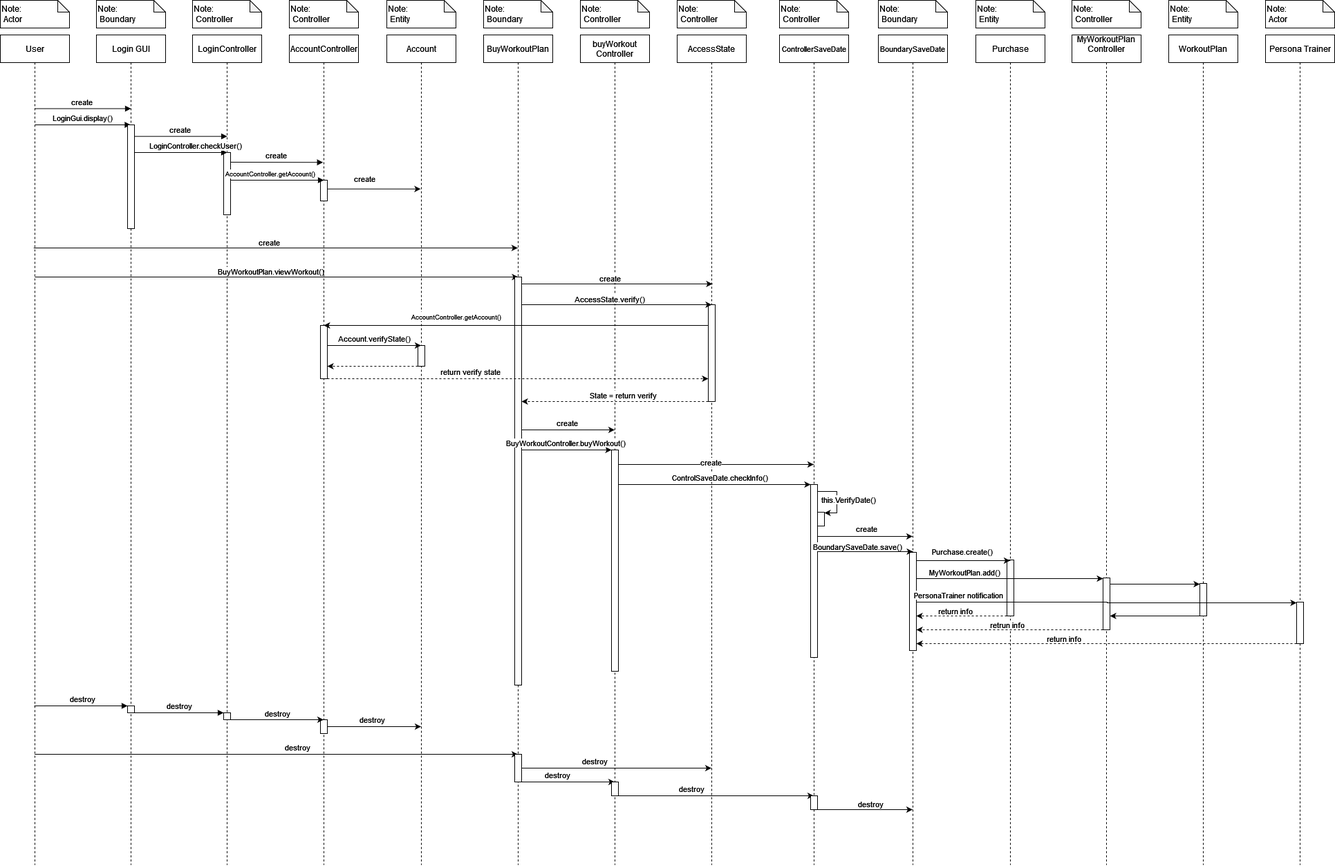
The draw.io diagram Falessi/Sequence diagram/SequenceDiagram.png in samueleCostantinopoli/Deliverables_fitnesshelp_SC, before a commit. Source tidied: cells renumbered, new cells last; positions are measured from the earlier drawing's top-left corner, leaving out a move shared by most shapes.
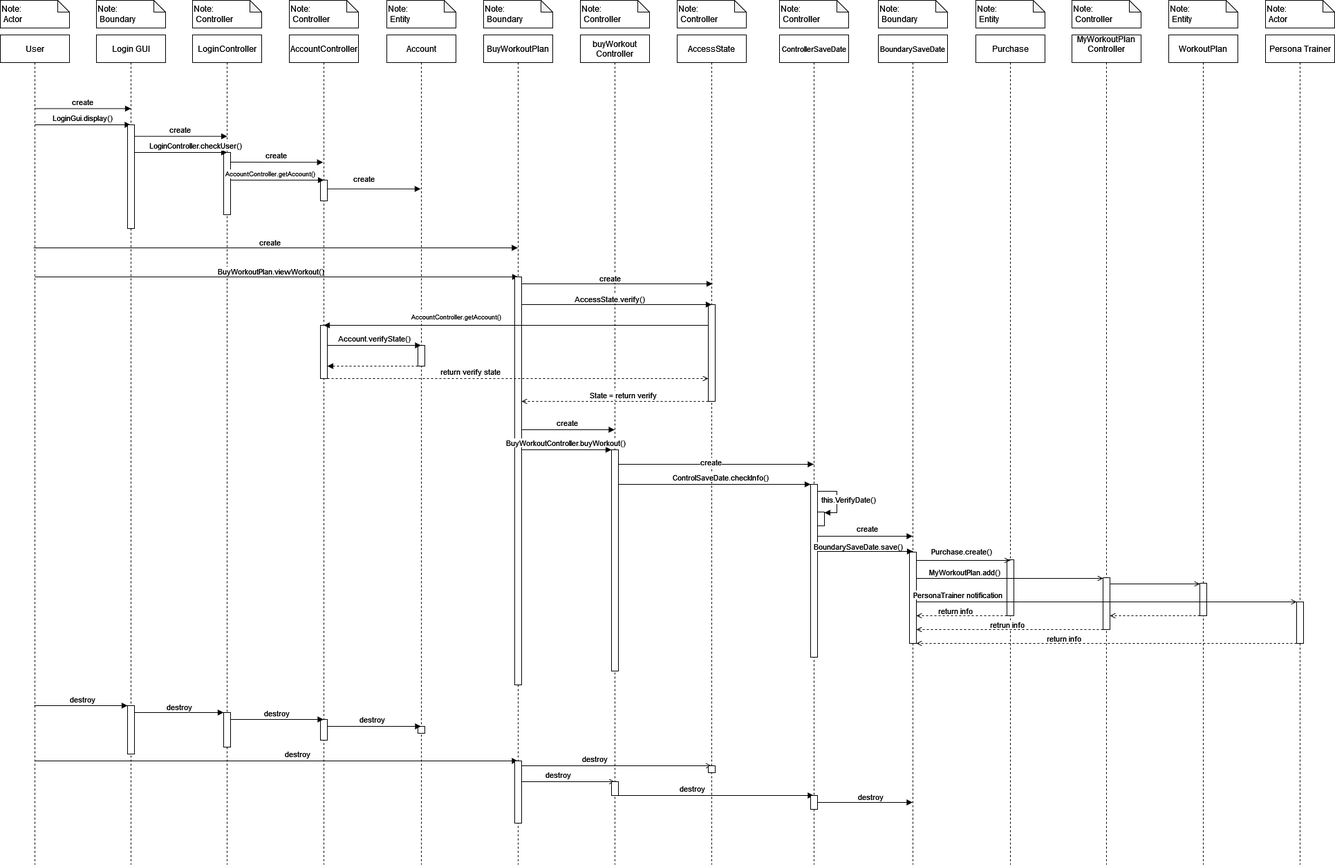
After the change.

Change to the diagram source:
```diff
@@ -4,3 +4,3 @@
     <mxCell id="1" parent="0" />
-    <mxCell id="2" style="edgeStyle=orthogonalEdgeStyle;rounded=0;orthogonalLoop=1;jettySize=auto;html=1;exitX=0.483;exitY=0.308;exitDx=0;exitDy=0;exitPerimeter=0;entryX=0.494;entryY=0.531;entryDx=0;entryDy=0;entryPerimeter=0;" parent="1" edge="1">
+    <mxCell id="2" style="edgeStyle=orthogonalEdgeStyle;rounded=0;orthogonalLoop=1;jettySize=auto;html=1;exitX=0.483;exitY=0.308;exitDx=0;exitDy=0;exitPerimeter=0;entryX=0.494;entryY=0.531;entryDx=0;entryDy=0;entryPerimeter=0;endArrow=block;endFill=1;" parent="1" edge="1">
       <mxGeometry relative="1" as="geometry">
@@ -15,9 +15,9 @@
     </mxCell>
-    <mxCell id="4" style="edgeStyle=orthogonalEdgeStyle;rounded=0;orthogonalLoop=1;jettySize=auto;html=1;" parent="1" edge="1">
+    <mxCell id="4" style="edgeStyle=orthogonalEdgeStyle;rounded=0;orthogonalLoop=1;jettySize=auto;html=1;endArrow=block;endFill=1;" parent="1" edge="1">
       <mxGeometry relative="1" as="geometry">
-        <mxPoint x="49.7" y="1090" as="sourcePoint" />
-        <mxPoint x="748.5" y="1090" as="targetPoint" />
+        <mxPoint x="49.7" y="1100" as="sourcePoint" />
+        <mxPoint x="748.5" y="1100" as="targetPoint" />
         <Array as="points">
-          <mxPoint x="380" y="1090" />
-          <mxPoint x="380" y="1090" />
+          <mxPoint x="380" y="1100" />
+          <mxPoint x="380" y="1100" />
         </Array>
@@ -45,10 +45,4 @@
     <mxCell id="10" style="html=1;points=[[0,0,0,0,5],[0,1,0,0,-5],[1,0,0,0,5],[1,1,0,0,-5]];perimeter=orthogonalPerimeter;outlineConnect=0;targetShapes=umlLifeline;portConstraint=eastwest;newEdgeStyle={&quot;curved&quot;:0,&quot;rounded&quot;:0};" parent="8" vertex="1">
-      <mxGeometry x="45" y="970" width="10" height="10" as="geometry" />
+      <mxGeometry x="45" y="970" width="10" height="70" as="geometry" />
     </mxCell>
-    <mxCell id="11" value="destroy" style="html=1;verticalAlign=bottom;endArrow=block;curved=0;rounded=0;" parent="8" edge="1" source="10">
-      <mxGeometry y="69" relative="1" as="geometry">
-        <mxPoint x="49.1" y="975" as="targetPoint" />
-        <mxPoint x="-69" y="-5" as="offset" />
-      </mxGeometry>
-    </mxCell>
     <mxCell id="12" value="create" style="verticalAlign=bottom;endArrow=block;entryX=0.5;entryY=0.167;shadow=0;strokeWidth=1;entryDx=0;entryDy=0;entryPerimeter=0;" parent="1" edge="1">
@@ -76,3 +70,3 @@
     </mxCell>
-    <mxCell id="17" style="edgeStyle=orthogonalEdgeStyle;rounded=0;orthogonalLoop=1;jettySize=auto;html=1;exitX=0.492;exitY=0.531;exitDx=0;exitDy=0;exitPerimeter=0;entryX=0.494;entryY=0.531;entryDx=0;entryDy=0;entryPerimeter=0;" parent="13" edge="1">
+    <mxCell id="17" style="edgeStyle=orthogonalEdgeStyle;rounded=0;orthogonalLoop=1;jettySize=auto;html=1;exitX=0.492;exitY=0.531;exitDx=0;exitDy=0;exitPerimeter=0;entryX=0.494;entryY=0.531;entryDx=0;entryDy=0;entryPerimeter=0;endArrow=block;endFill=1;" parent="13" edge="1">
       <mxGeometry relative="1" as="geometry">
@@ -97,3 +91,3 @@
     <mxCell id="22" style="html=1;points=[[0,0,0,0,5],[0,1,0,0,-5],[1,0,0,0,5],[1,1,0,0,-5]];perimeter=orthogonalPerimeter;outlineConnect=0;targetShapes=umlLifeline;portConstraint=eastwest;newEdgeStyle={&quot;curved&quot;:0,&quot;rounded&quot;:0};" parent="19" vertex="1">
-      <mxGeometry x="45" y="990" width="10" height="20" as="geometry" />
+      <mxGeometry x="45" y="990" width="10" height="30" as="geometry" />
     </mxCell>
@@ -117,2 +111,5 @@
     </mxCell>
+    <mxCell id="122" style="html=1;perimeter=orthogonalPerimeter;targetShapes=umlLifeline;newEdgeStyle={&quot;curved&quot;:0,&quot;rounded&quot;:0};" parent="27" vertex="1">
+      <mxGeometry x="45" y="1000" width="10" height="10" as="geometry" />
+    </mxCell>
     <mxCell id="29" value="&lt;div align=&quot;left&quot;&gt;&lt;div align=&quot;left&quot;&gt;Note:&lt;/div&gt;&amp;nbsp;Entity&lt;/div&gt;" style="shape=note;whiteSpace=wrap;html=1;backgroundOutline=1;darkOpacity=0.05;size=17;align=left;" parent="1" vertex="1">
@@ -120,7 +117,9 @@
     </mxCell>
-    <mxCell id="30" style="edgeStyle=orthogonalEdgeStyle;rounded=0;jettySize=auto;html=1;" parent="1" edge="1" source="34" target="45">
+    <mxCell id="30" style="edgeStyle=orthogonalEdgeStyle;rounded=0;orthogonalLoop=1;jettySize=auto;html=1;endArrow=open;endFill=0;" parent="1" edge="1">
       <mxGeometry relative="1" as="geometry">
+        <mxPoint x="748.7" y="1107" as="sourcePoint" />
+        <mxPoint x="1028.5" y="1107" as="targetPoint" />
         <Array as="points">
-          <mxPoint x="870" y="1110" />
-          <mxPoint x="870" y="1110" />
+          <mxPoint x="870" y="1107" />
+          <mxPoint x="870" y="1107" />
         </Array>
@@ -133,3 +132,3 @@
     </mxCell>
-    <mxCell id="32" style="edgeStyle=orthogonalEdgeStyle;rounded=0;jettySize=auto;html=1;" parent="1" edge="1" source="34" target="40">
+    <mxCell id="32" style="edgeStyle=orthogonalEdgeStyle;rounded=0;jettySize=auto;html=1;endArrow=open;endFill=0;" parent="1" edge="1" source="34" target="40">
       <mxGeometry relative="1" as="geometry">
@@ -153,3 +152,3 @@
     <mxCell id="36" style="html=1;perimeter=orthogonalPerimeter;targetShapes=umlLifeline;newEdgeStyle={&quot;curved&quot;:0,&quot;rounded&quot;:0};" parent="34" vertex="1">
-      <mxGeometry x="45" y="1040" width="10" height="40" as="geometry" />
+      <mxGeometry x="45" y="1050" width="10" height="90" as="geometry" />
     </mxCell>
@@ -158,3 +157,3 @@
     </mxCell>
-    <mxCell id="38" style="edgeStyle=orthogonalEdgeStyle;rounded=0;jettySize=auto;html=1;" parent="1" edge="1" source="40" target="52">
+    <mxCell id="38" style="edgeStyle=orthogonalEdgeStyle;rounded=0;jettySize=auto;html=1;endArrow=block;endFill=1;" parent="1" edge="1" source="40" target="52">
       <mxGeometry relative="1" as="geometry">
@@ -192,3 +191,3 @@
     </mxCell>
-    <mxCell id="47" style="edgeStyle=orthogonalEdgeStyle;rounded=0;orthogonalLoop=1;jettySize=auto;html=1;curved=0;" parent="45" edge="1">
+    <mxCell id="47" style="edgeStyle=orthogonalEdgeStyle;rounded=0;orthogonalLoop=1;jettySize=auto;html=1;curved=0;endArrow=block;endFill=1;" parent="45" edge="1">
       <mxGeometry relative="1" as="geometry">
@@ -207,2 +206,5 @@
     </mxCell>
+    <mxCell id="123" style="html=1;perimeter=orthogonalPerimeter;targetShapes=umlLifeline;newEdgeStyle={&quot;curved&quot;:0,&quot;rounded&quot;:0};" parent="45" vertex="1">
+      <mxGeometry x="45" y="1057" width="10" height="10" as="geometry" />
+    </mxCell>
     <mxCell id="49" value="&lt;div align=&quot;left&quot;&gt;&lt;div align=&quot;left&quot;&gt;Note:&lt;/div&gt;&amp;nbsp;Controller&lt;/div&gt;" style="shape=note;whiteSpace=wrap;html=1;backgroundOutline=1;darkOpacity=0.05;size=17;align=left;" parent="1" vertex="1">
@@ -210,7 +212,7 @@
     </mxCell>
-    <mxCell id="50" style="edgeStyle=orthogonalEdgeStyle;rounded=0;jettySize=auto;html=1;" parent="1" edge="1" source="52" target="90">
+    <mxCell id="50" style="edgeStyle=orthogonalEdgeStyle;rounded=0;jettySize=auto;html=1;endArrow=block;endFill=1;" parent="1" edge="1" source="52" target="90">
       <mxGeometry relative="1" as="geometry">
         <Array as="points">
-          <mxPoint x="1230" y="1170" />
-          <mxPoint x="1230" y="1170" />
+          <mxPoint x="1230" y="1160" />
+          <mxPoint x="1230" y="1160" />
         </Array>
@@ -229,3 +231,3 @@
     </mxCell>
-    <mxCell id="54" style="edgeStyle=orthogonalEdgeStyle;rounded=0;jettySize=auto;html=1;curved=0;" parent="52" edge="1" source="53" target="56">
+    <mxCell id="54" style="edgeStyle=orthogonalEdgeStyle;rounded=0;jettySize=auto;html=1;curved=0;endArrow=block;endFill=1;" parent="52" edge="1" source="53" target="56">
       <mxGeometry relative="1" as="geometry">
@@ -266,3 +268,3 @@
     </mxCell>
-    <mxCell id="64" style="edgeStyle=orthogonalEdgeStyle;rounded=0;orthogonalLoop=1;jettySize=auto;html=1;curved=0;entryX=0.489;entryY=0.384;entryDx=0;entryDy=0;entryPerimeter=0;" parent="1" edge="1">
+    <mxCell id="64" style="edgeStyle=orthogonalEdgeStyle;rounded=0;orthogonalLoop=1;jettySize=auto;html=1;curved=0;entryX=0.489;entryY=0.384;entryDx=0;entryDy=0;entryPerimeter=0;endArrow=block;endFill=1;" parent="1" edge="1">
       <mxGeometry relative="1" as="geometry">
@@ -292,3 +294,3 @@
     </mxCell>
-    <mxCell id="68" style="edgeStyle=orthogonalEdgeStyle;rounded=0;orthogonalLoop=1;jettySize=auto;html=1;curved=0;" parent="1" edge="1">
+    <mxCell id="68" style="edgeStyle=orthogonalEdgeStyle;rounded=0;orthogonalLoop=1;jettySize=auto;html=1;curved=0;endArrow=block;endFill=1;" parent="1" edge="1">
       <mxGeometry relative="1" as="geometry">
@@ -307,3 +309,3 @@
     </mxCell>
-    <mxCell id="70" style="edgeStyle=orthogonalEdgeStyle;rounded=0;orthogonalLoop=1;jettySize=auto;html=1;curved=0;" parent="1" edge="1">
+    <mxCell id="70" style="edgeStyle=orthogonalEdgeStyle;rounded=0;orthogonalLoop=1;jettySize=auto;html=1;curved=0;endArrow=block;endFill=1;" parent="1" edge="1">
       <mxGeometry relative="1" as="geometry">
@@ -322,3 +324,3 @@
     </mxCell>
-    <mxCell id="72" style="edgeStyle=orthogonalEdgeStyle;rounded=0;jettySize=auto;html=1;curved=0;" parent="1" edge="1" source="35">
+    <mxCell id="72" style="edgeStyle=orthogonalEdgeStyle;rounded=0;jettySize=auto;html=1;curved=0;endArrow=block;endFill=1;" parent="1" edge="1" source="35">
       <mxGeometry relative="1" as="geometry">
@@ -335,3 +337,3 @@
     </mxCell>
-    <mxCell id="74" style="edgeStyle=orthogonalEdgeStyle;rounded=0;orthogonalLoop=1;jettySize=auto;html=1;curved=0;" parent="1" edge="1">
+    <mxCell id="74" style="edgeStyle=orthogonalEdgeStyle;rounded=0;orthogonalLoop=1;jettySize=auto;html=1;curved=0;endArrow=block;endFill=1;" parent="1" edge="1">
       <mxGeometry relative="1" as="geometry">
@@ -349,3 +351,3 @@
     </mxCell>
-    <mxCell id="76" style="edgeStyle=orthogonalEdgeStyle;rounded=0;orthogonalLoop=1;jettySize=auto;html=1;curved=0;" parent="1" edge="1">
+    <mxCell id="76" style="edgeStyle=orthogonalEdgeStyle;rounded=0;orthogonalLoop=1;jettySize=auto;html=1;curved=0;endArrow=block;endFill=1;" parent="1" edge="1">
       <mxGeometry relative="1" as="geometry">
@@ -364,3 +366,3 @@
     </mxCell>
-    <mxCell id="78" style="edgeStyle=orthogonalEdgeStyle;rounded=0;orthogonalLoop=1;jettySize=auto;html=1;curved=0;" parent="1" edge="1">
+    <mxCell id="78" style="edgeStyle=orthogonalEdgeStyle;rounded=0;orthogonalLoop=1;jettySize=auto;html=1;curved=0;endArrow=block;endFill=1;" parent="1" edge="1">
       <mxGeometry relative="1" as="geometry">
@@ -379,3 +381,3 @@
     </mxCell>
-    <mxCell id="80" style="edgeStyle=orthogonalEdgeStyle;rounded=0;orthogonalLoop=1;jettySize=auto;html=1;curved=0;dashed=1;" parent="1" edge="1">
+    <mxCell id="80" style="edgeStyle=orthogonalEdgeStyle;rounded=0;orthogonalLoop=1;jettySize=auto;html=1;curved=0;dashed=1;endArrow=block;endFill=1;" parent="1" edge="1">
       <mxGeometry relative="1" as="geometry">
@@ -389,3 +391,3 @@
     </mxCell>
-    <mxCell id="81" style="edgeStyle=orthogonalEdgeStyle;rounded=0;jettySize=auto;html=1;curved=0;dashed=1;" parent="1" edge="1" source="21">
+    <mxCell id="81" style="edgeStyle=orthogonalEdgeStyle;rounded=0;jettySize=auto;html=1;curved=0;dashed=1;endArrow=open;endFill=0;" parent="1" edge="1" source="21">
       <mxGeometry relative="1" as="geometry">
@@ -403,3 +405,3 @@
     </mxCell>
-    <mxCell id="83" style="edgeStyle=orthogonalEdgeStyle;rounded=0;jettySize=auto;html=1;curved=0;dashed=1;" parent="1" edge="1" target="35">
+    <mxCell id="83" style="edgeStyle=orthogonalEdgeStyle;rounded=0;jettySize=auto;html=1;curved=0;dashed=1;endArrow=open;endFill=0;" parent="1" edge="1" target="35">
       <mxGeometry relative="1" as="geometry">
@@ -417,3 +419,3 @@
     </mxCell>
-    <mxCell id="85" style="edgeStyle=orthogonalEdgeStyle;rounded=0;orthogonalLoop=1;jettySize=auto;html=1;curved=0;" parent="1" edge="1">
+    <mxCell id="85" style="edgeStyle=orthogonalEdgeStyle;rounded=0;orthogonalLoop=1;jettySize=auto;html=1;curved=0;endArrow=block;endFill=1;" parent="1" edge="1">
       <mxGeometry relative="1" as="geometry">
@@ -433,3 +435,3 @@
     </mxCell>
-    <mxCell id="88" style="edgeStyle=orthogonalEdgeStyle;rounded=0;orthogonalLoop=1;jettySize=auto;html=1;" parent="1" edge="1">
+    <mxCell id="88" style="edgeStyle=orthogonalEdgeStyle;rounded=0;orthogonalLoop=1;jettySize=auto;html=1;endArrow=open;endFill=0;" parent="1" edge="1">
       <mxGeometry relative="1" as="geometry">
@@ -452,3 +454,3 @@
     <mxCell id="91" style="html=1;points=[[0,0,0,0,5],[0,1,0,0,-5],[1,0,0,0,5],[1,1,0,0,-5]];perimeter=orthogonalPerimeter;outlineConnect=0;targetShapes=umlLifeline;portConstraint=eastwest;newEdgeStyle={&quot;curved&quot;:0,&quot;rounded&quot;:0};" parent="90" vertex="1">
-      <mxGeometry x="45" y="748" width="10" height="142" as="geometry" />
+      <mxGeometry x="45" y="748" width="10" height="132" as="geometry" />
     </mxCell>
@@ -463,3 +465,3 @@
     </mxCell>
-    <mxCell id="95" style="edgeStyle=orthogonalEdgeStyle;rounded=0;jettySize=auto;html=1;curved=0;" parent="1" edge="1" source="53" target="90">
+    <mxCell id="95" style="edgeStyle=orthogonalEdgeStyle;rounded=0;jettySize=auto;html=1;curved=0;endArrow=block;endFill=1;" parent="1" edge="1" source="53" target="90">
       <mxGeometry relative="1" as="geometry">
@@ -476,3 +478,3 @@
     </mxCell>
-    <mxCell id="97" style="edgeStyle=orthogonalEdgeStyle;rounded=0;orthogonalLoop=1;jettySize=auto;html=1;curved=0;" parent="1" edge="1">
+    <mxCell id="97" style="edgeStyle=orthogonalEdgeStyle;rounded=0;orthogonalLoop=1;jettySize=auto;html=1;curved=0;endArrow=block;endFill=1;" parent="1" edge="1">
       <mxGeometry relative="1" as="geometry">
@@ -500,3 +502,3 @@
     </mxCell>
-    <mxCell id="102" style="edgeStyle=orthogonalEdgeStyle;rounded=0;jettySize=auto;html=1;curved=0;" parent="1" edge="1" target="94">
+    <mxCell id="102" style="edgeStyle=orthogonalEdgeStyle;rounded=0;jettySize=auto;html=1;curved=0;endArrow=open;endFill=0;" parent="1" edge="1" target="94">
       <mxGeometry relative="1" as="geometry">
@@ -508,3 +510,3 @@
     </mxCell>
-    <mxCell id="103" style="edgeStyle=orthogonalEdgeStyle;rounded=0;jettySize=auto;html=1;" parent="1" edge="1" target="63">
+    <mxCell id="103" style="edgeStyle=orthogonalEdgeStyle;rounded=0;jettySize=auto;html=1;endArrow=open;endFill=0;" parent="1" edge="1" target="63">
       <mxGeometry relative="1" as="geometry">
@@ -521,3 +523,3 @@
     </mxCell>
-    <mxCell id="105" style="edgeStyle=orthogonalEdgeStyle;rounded=0;orthogonalLoop=1;jettySize=auto;html=1;" parent="1" edge="1">
+    <mxCell id="105" style="edgeStyle=orthogonalEdgeStyle;rounded=0;orthogonalLoop=1;jettySize=auto;html=1;endArrow=open;endFill=0;" parent="1" edge="1">
       <mxGeometry relative="1" as="geometry">
@@ -536,3 +538,3 @@
     </mxCell>
-    <mxCell id="107" style="edgeStyle=orthogonalEdgeStyle;rounded=0;jettySize=auto;html=1;curved=0;dashed=1;" parent="1" edge="1" source="60" target="91">
+    <mxCell id="107" style="edgeStyle=orthogonalEdgeStyle;rounded=0;jettySize=auto;html=1;curved=0;dashed=1;endArrow=open;endFill=0;" parent="1" edge="1" source="60" target="91">
       <mxGeometry relative="1" as="geometry">
@@ -549,3 +551,3 @@
     </mxCell>
-    <mxCell id="109" style="edgeStyle=orthogonalEdgeStyle;rounded=0;jettySize=auto;html=1;curved=0;" parent="1" edge="1" source="94" target="101">
+    <mxCell id="109" style="edgeStyle=orthogonalEdgeStyle;rounded=0;jettySize=auto;html=1;curved=0;endArrow=open;endFill=0;dashed=1;" parent="1" edge="1" source="94" target="101">
       <mxGeometry relative="1" as="geometry">
@@ -557,3 +559,3 @@
     </mxCell>
-    <mxCell id="110" style="edgeStyle=orthogonalEdgeStyle;rounded=0;jettySize=auto;html=1;curved=0;dashed=1;" parent="1" edge="1" source="101" target="91">
+    <mxCell id="110" style="edgeStyle=orthogonalEdgeStyle;rounded=0;jettySize=auto;html=1;curved=0;dashed=1;endArrow=open;endFill=0;" parent="1" edge="1" source="101" target="91">
       <mxGeometry relative="1" as="geometry">
@@ -570,3 +572,3 @@
     </mxCell>
-    <mxCell id="112" style="edgeStyle=orthogonalEdgeStyle;rounded=0;jettySize=auto;html=1;curved=0;dashed=1;" parent="1" edge="1" source="63" target="91">
+    <mxCell id="112" style="edgeStyle=orthogonalEdgeStyle;rounded=0;jettySize=auto;html=1;curved=0;dashed=1;endArrow=open;endFill=0;" parent="1" edge="1" source="63" target="91">
       <mxGeometry relative="1" as="geometry">
@@ -591,3 +593,8 @@
     </mxCell>
+    <mxCell id="124" value="&lt;div&gt;destroy&lt;/div&gt;" style="edgeLabel;html=1;align=center;verticalAlign=middle;" parent="114" vertex="1">
+      <mxGeometry x="0.04" y="1" relative="1" as="geometry">
+        <mxPoint y="-8" as="offset" />
+      </mxGeometry>
+    </mxCell>
-    <mxCell id="115" style="edgeStyle=orthogonalEdgeStyle;rounded=0;jettySize=auto;html=1;curved=0;" parent="1" edge="1" source="117">
+    <mxCell id="115" style="edgeStyle=orthogonalEdgeStyle;rounded=0;jettySize=auto;html=1;curved=0;endArrow=block;endFill=1;" parent="1" edge="1" source="117">
       <mxGeometry relative="1" as="geometry">
@@ -606,10 +613,4 @@
     <mxCell id="117" style="html=1;points=[[0,0,0,0,5],[0,1,0,0,-5],[1,0,0,0,5],[1,1,0,0,-5]];perimeter=orthogonalPerimeter;outlineConnect=0;targetShapes=umlLifeline;portConstraint=eastwest;newEdgeStyle={&quot;curved&quot;:0,&quot;rounded&quot;:0};" parent="1" vertex="1">
-      <mxGeometry x="323" y="1030" width="10" height="10" as="geometry" />
+      <mxGeometry x="323" y="1030" width="10" height="50" as="geometry" />
     </mxCell>
-    <mxCell id="118" value="destroy" style="html=1;verticalAlign=bottom;endArrow=block;curved=0;rounded=0;" parent="1" edge="1" source="117">
-      <mxGeometry y="69" relative="1" as="geometry">
-        <mxPoint x="328" y="1040" as="targetPoint" />
-        <mxPoint x="-69" y="-10" as="offset" />
-      </mxGeometry>
-    </mxCell>
     <mxCell id="119" style="html=1;verticalAlign=bottom;endArrow=block;curved=0;rounded=0;" parent="1" edge="1" source="10" target="117">
@@ -621,3 +622,8 @@
     </mxCell>
+    <mxCell id="125" value="destroy" style="edgeLabel;html=1;align=center;verticalAlign=middle;" parent="119" vertex="1">
+      <mxGeometry y="-1" relative="1" as="geometry">
+        <mxPoint y="-9" as="offset" />
+      </mxGeometry>
+    </mxCell>
-    <mxCell id="120" style="edgeStyle=orthogonalEdgeStyle;rounded=0;jettySize=auto;html=1;curved=0;" parent="1" edge="1" source="22">
+    <mxCell id="120" style="edgeStyle=orthogonalEdgeStyle;rounded=0;jettySize=auto;html=1;curved=0;endArrow=block;endFill=1;" parent="1" edge="1" source="22">
       <mxGeometry relative="1" as="geometry">
```
